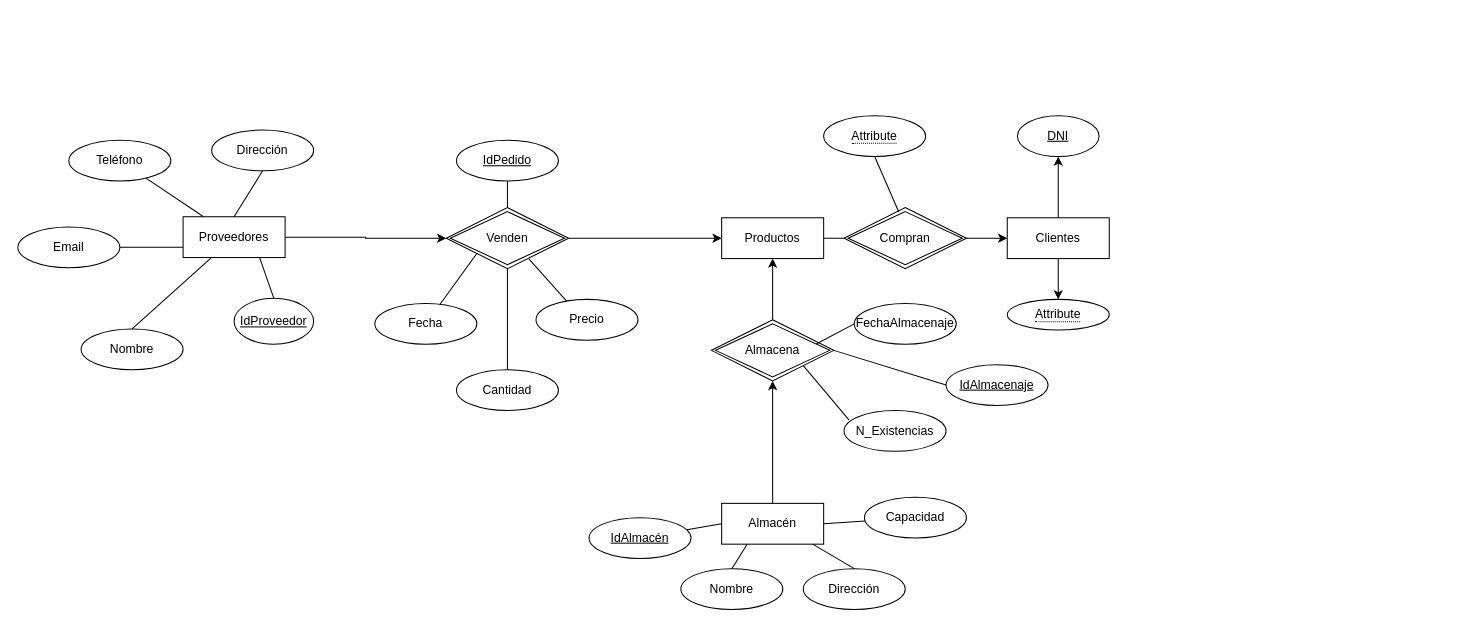
The draw.io diagram Untitled Diagram.drawio in huertin03/ERP-HardSpot, before the edit. Source tidied: cells renumbered, new cells numbered last; positions are measured from the earlier drawing's top-left corner, leaving out a move shared by most shapes. Both pictures are drawn from the tidied source at 102%, with x=0, y=0 at pixel (17, 115).
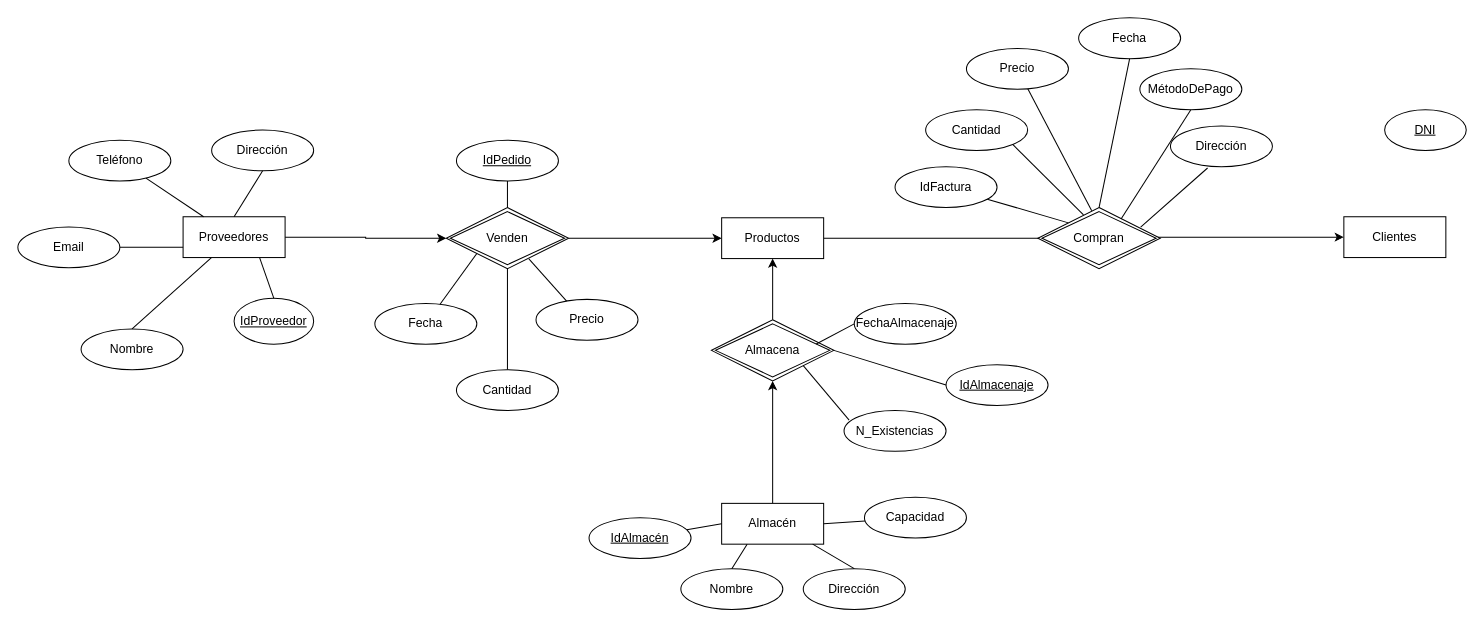
The same diagram, later.

Diff of the diagram source:
```diff
@@
-    <mxCell id="8" style="edgeStyle=orthogonalEdgeStyle;rounded=0;jettySize=auto;html=1;entryX=0.5;entryY=1;entryDx=0;entryDy=0;" parent="1" edge="1" source="10" target="14">
-      <mxGeometry relative="1" as="geometry" />
-    </mxCell>
-    <mxCell id="9" style="edgeStyle=orthogonalEdgeStyle;rounded=0;jettySize=auto;html=1;" parent="1" edge="1" source="10" target="15">
-      <mxGeometry relative="1" as="geometry" />
-    </mxCell>
     <mxCell id="10" value="Clientes" style="whiteSpace=wrap;html=1;align=center;" parent="1" vertex="1">
-      <mxGeometry x="970" y="100" width="100" height="40" as="geometry" />
+      <mxGeometry x="1300" y="99" width="100" height="40" as="geometry" />
     </mxCell>
     <mxCell id="11" value="Compran" style="shape=rhombus;double=1;perimeter=rhombusPerimeter;whiteSpace=wrap;html=1;align=center;" parent="1" vertex="1">
-      <mxGeometry x="810" y="90" width="120" height="60" as="geometry" />
+      <mxGeometry x="1000" y="90" width="120" height="60" as="geometry" />
     </mxCell>
@@
     <mxCell id="14" value="DNI" style="ellipse;whiteSpace=wrap;html=1;align=center;fontStyle=4;" parent="1" vertex="1">
-      <mxGeometry x="980" width="80" height="40" as="geometry" />
+      <mxGeometry x="1340" y="-6" width="80" height="40" as="geometry" />
     </mxCell>
-    <mxCell id="15" value="&lt;span style=&quot;border-bottom: 1px dotted&quot;&gt;Attribute&lt;/span&gt;" style="ellipse;whiteSpace=wrap;html=1;align=center;" parent="1" vertex="1">
-      <mxGeometry x="970" y="180" width="100" height="30" as="geometry" />
-    </mxCell>
-    <mxCell id="16" value="&lt;span style=&quot;border-bottom: 1px dotted&quot;&gt;Attribute&lt;/span&gt;" style="ellipse;whiteSpace=wrap;html=1;align=center;" parent="1" vertex="1">
-      <mxGeometry x="790" width="100" height="40" as="geometry" />
+    <mxCell id="16" value="IdFactura" style="ellipse;whiteSpace=wrap;html=1;align=center;" parent="1" vertex="1">
+      <mxGeometry x="860" y="50" width="100" height="40" as="geometry" />
     </mxCell>
-    <mxCell id="17" style="endArrow=none;html=1;rounded=0;entryX=0.5;entryY=1;entryDx=0;entryDy=0;exitX=0.447;exitY=0.073;exitDx=0;exitDy=0;exitPerimeter=0;" parent="1" edge="1" source="11" target="16">
+    <mxCell id="17" style="endArrow=none;html=1;rounded=0;exitX=0;exitY=0;exitDx=0;exitDy=0;" parent="1" edge="1" source="11" target="16">
       <mxGeometry relative="1" as="geometry" />
     </mxCell>
@@
+    <mxCell id="52" value="Fecha" style="ellipse;whiteSpace=wrap;html=1;align=center;" parent="1" vertex="1">
+      <mxGeometry x="1040" y="-96" width="100" height="40" as="geometry" />
+    </mxCell>
+    <mxCell id="53" style="endArrow=none;html=1;rounded=0;entryX=0.5;entryY=1;entryDx=0;entryDy=0;exitX=0.5;exitY=0;exitDx=0;exitDy=0;" parent="1" edge="1" source="11" target="52">
+      <mxGeometry relative="1" as="geometry" />
+    </mxCell>
+    <mxCell id="54" value="MétodoDePago" style="ellipse;whiteSpace=wrap;html=1;align=center;" parent="1" vertex="1">
+      <mxGeometry x="1100" y="-46" width="100" height="40" as="geometry" />
+    </mxCell>
+    <mxCell id="55" value="Cantidad" style="ellipse;whiteSpace=wrap;html=1;align=center;" parent="1" vertex="1">
+      <mxGeometry x="890" y="-6" width="100" height="40" as="geometry" />
+    </mxCell>
+    <mxCell id="56" style="endArrow=none;html=1;rounded=0;entryX=0.373;entryY=0.12;entryDx=0;entryDy=0;entryPerimeter=0;exitX=1;exitY=1;exitDx=0;exitDy=0;" parent="1" edge="1" source="55" target="11">
+      <mxGeometry relative="1" as="geometry" />
+    </mxCell>
+    <mxCell id="57" value="Precio" style="ellipse;whiteSpace=wrap;html=1;align=center;" parent="1" vertex="1">
+      <mxGeometry x="930" y="-66" width="100" height="40" as="geometry" />
+    </mxCell>
+    <mxCell id="58" style="endArrow=none;html=1;rounded=0;exitX=0.44;exitY=0.053;exitDx=0;exitDy=0;exitPerimeter=0;" parent="1" edge="1" source="11" target="57">
+      <mxGeometry relative="1" as="geometry" />
+    </mxCell>
+    <mxCell id="59" style="endArrow=none;html=1;rounded=0;entryX=0.5;entryY=1;entryDx=0;entryDy=0;exitX=0.68;exitY=0.187;exitDx=0;exitDy=0;exitPerimeter=0;" parent="1" edge="1" source="11" target="54">
+      <mxGeometry relative="1" as="geometry" />
+    </mxCell>
+    <mxCell id="60" value="Dirección" style="ellipse;whiteSpace=wrap;html=1;align=center;" parent="1" vertex="1">
+      <mxGeometry x="1130" y="10" width="100" height="40" as="geometry" />
+    </mxCell>
+    <mxCell id="61" style="endArrow=none;html=1;rounded=0;entryX=0.364;entryY=1.03;entryDx=0;entryDy=0;entryPerimeter=0;exitX=0.84;exitY=0.32;exitDx=0;exitDy=0;exitPerimeter=0;" parent="1" edge="1" source="11" target="60">
+      <mxGeometry relative="1" as="geometry" />
+    </mxCell>
```
